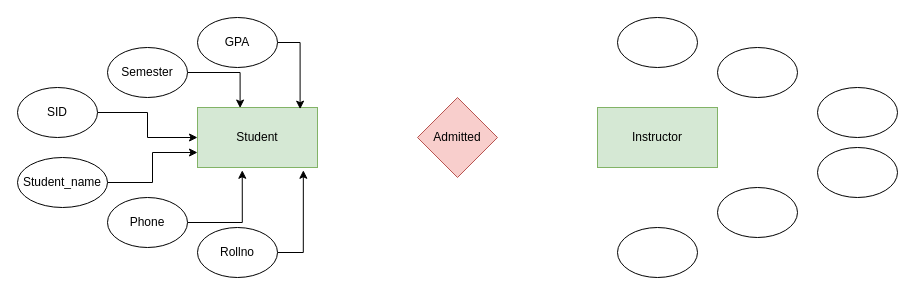
The draw.io diagram database.drawio in sujalthakuri/h, before the edit. Source tidied: cells renumbered, new cells numbered last; positions are measured from the earlier drawing's top-left corner, leaving out a move shared by most shapes. Both pictures are drawn from the tidied source at 100%, with x=0, y=0 at pixel (17, 17).
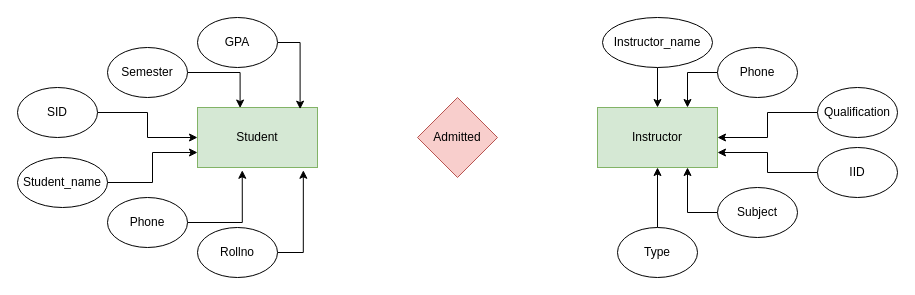
Above is the later version.

Commit message:
instructor figures information added

The change refers to these unchanged cells:
```xml
<mxCell id="16" value="Instructor" style="rounded=0;whiteSpace=wrap;html=1;fillColor=#d5e8d4;strokeColor=#82b366;" parent="1" vertex="1">
  <mxGeometry x="580" y="90" width="120" height="60" as="geometry" />
</mxCell>
```

The edit, as a diff of the source:
```diff
@@
+    <mxCell id="23" style="edgeStyle=orthogonalEdgeStyle;rounded=0;jettySize=auto;html=1;exitX=0.5;exitY=1;exitDx=0;exitDy=0;entryX=0.5;entryY=0;entryDx=0;entryDy=0;" parent="1" edge="1" source="17" target="16">
+      <mxGeometry relative="1" as="geometry" />
+    </mxCell>
-    <mxCell id="17" style="ellipse;whiteSpace=wrap;html=1;" parent="1" vertex="1">
-      <mxGeometry x="600" width="80" height="50" as="geometry" />
+    <mxCell id="17" value="Instructor_name" style="ellipse;whiteSpace=wrap;html=1;" parent="1" vertex="1">
+      <mxGeometry x="585" width="110" height="50" as="geometry" />
     </mxCell>
+    <mxCell id="24" style="edgeStyle=orthogonalEdgeStyle;rounded=0;jettySize=auto;html=1;exitX=0;exitY=0.5;exitDx=0;exitDy=0;entryX=1;entryY=0.75;entryDx=0;entryDy=0;" parent="1" edge="1" source="18" target="16">
+      <mxGeometry relative="1" as="geometry" />
+    </mxCell>
-    <mxCell id="18" style="ellipse;whiteSpace=wrap;html=1;" parent="1" vertex="1">
+    <mxCell id="18" value="IID" style="ellipse;whiteSpace=wrap;html=1;" parent="1" vertex="1">
       <mxGeometry x="800" y="130" width="80" height="50" as="geometry" />
     </mxCell>
+    <mxCell id="25" style="edgeStyle=orthogonalEdgeStyle;rounded=0;jettySize=auto;html=1;exitX=0;exitY=0.5;exitDx=0;exitDy=0;entryX=1;entryY=0.5;entryDx=0;entryDy=0;" parent="1" edge="1" source="19" target="16">
+      <mxGeometry relative="1" as="geometry" />
+    </mxCell>
-    <mxCell id="19" style="ellipse;whiteSpace=wrap;html=1;" parent="1" vertex="1">
+    <mxCell id="19" value="Qualification" style="ellipse;whiteSpace=wrap;html=1;" parent="1" vertex="1">
       <mxGeometry x="800" y="70" width="80" height="50" as="geometry" />
     </mxCell>
+    <mxCell id="26" style="edgeStyle=orthogonalEdgeStyle;rounded=0;jettySize=auto;html=1;exitX=0;exitY=0.5;exitDx=0;exitDy=0;entryX=0.75;entryY=0;entryDx=0;entryDy=0;" parent="1" edge="1" source="20" target="16">
+      <mxGeometry relative="1" as="geometry" />
+    </mxCell>
-    <mxCell id="20" style="ellipse;whiteSpace=wrap;html=1;" parent="1" vertex="1">
+    <mxCell id="20" value="Phone" style="ellipse;whiteSpace=wrap;html=1;" parent="1" vertex="1">
       <mxGeometry x="700" y="30" width="80" height="50" as="geometry" />
     </mxCell>
+    <mxCell id="27" style="edgeStyle=orthogonalEdgeStyle;rounded=0;jettySize=auto;html=1;exitX=0;exitY=0.5;exitDx=0;exitDy=0;entryX=0.75;entryY=1;entryDx=0;entryDy=0;" parent="1" edge="1" source="21" target="16">
+      <mxGeometry relative="1" as="geometry" />
+    </mxCell>
-    <mxCell id="21" style="ellipse;whiteSpace=wrap;html=1;" parent="1" vertex="1">
+    <mxCell id="21" value="Subject" style="ellipse;whiteSpace=wrap;html=1;" parent="1" vertex="1">
       <mxGeometry x="700" y="170" width="80" height="50" as="geometry" />
     </mxCell>
+    <mxCell id="28" style="edgeStyle=orthogonalEdgeStyle;rounded=0;jettySize=auto;html=1;exitX=0.5;exitY=0;exitDx=0;exitDy=0;entryX=0.5;entryY=1;entryDx=0;entryDy=0;" parent="1" edge="1" source="22" target="16">
+      <mxGeometry relative="1" as="geometry" />
+    </mxCell>
-    <mxCell id="22" style="ellipse;whiteSpace=wrap;html=1;" parent="1" vertex="1">
+    <mxCell id="22" value="Type" style="ellipse;whiteSpace=wrap;html=1;" parent="1" vertex="1">
       <mxGeometry x="600" y="210" width="80" height="50" as="geometry" />
     </mxCell>
```
